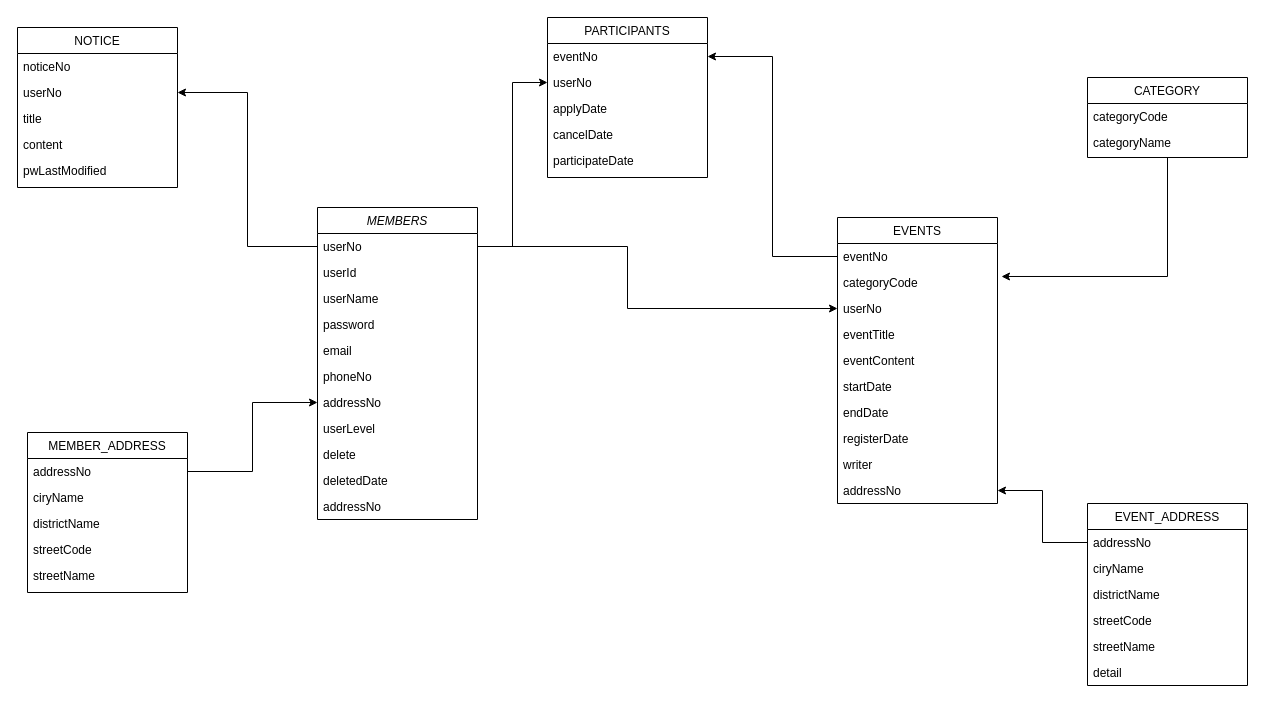
Earlier version of the draw.io diagram images/posts/Untitled Diagram.drawio (Yo0oN/Yo0oN.github.io). Source tidied: cells renumbered, new cells numbered last; positions are measured from the earlier drawing's top-left corner, leaving out a move shared by most shapes. Both pictures are drawn from the tidied source at 100%, with x=0, y=0 at pixel (17, 17).
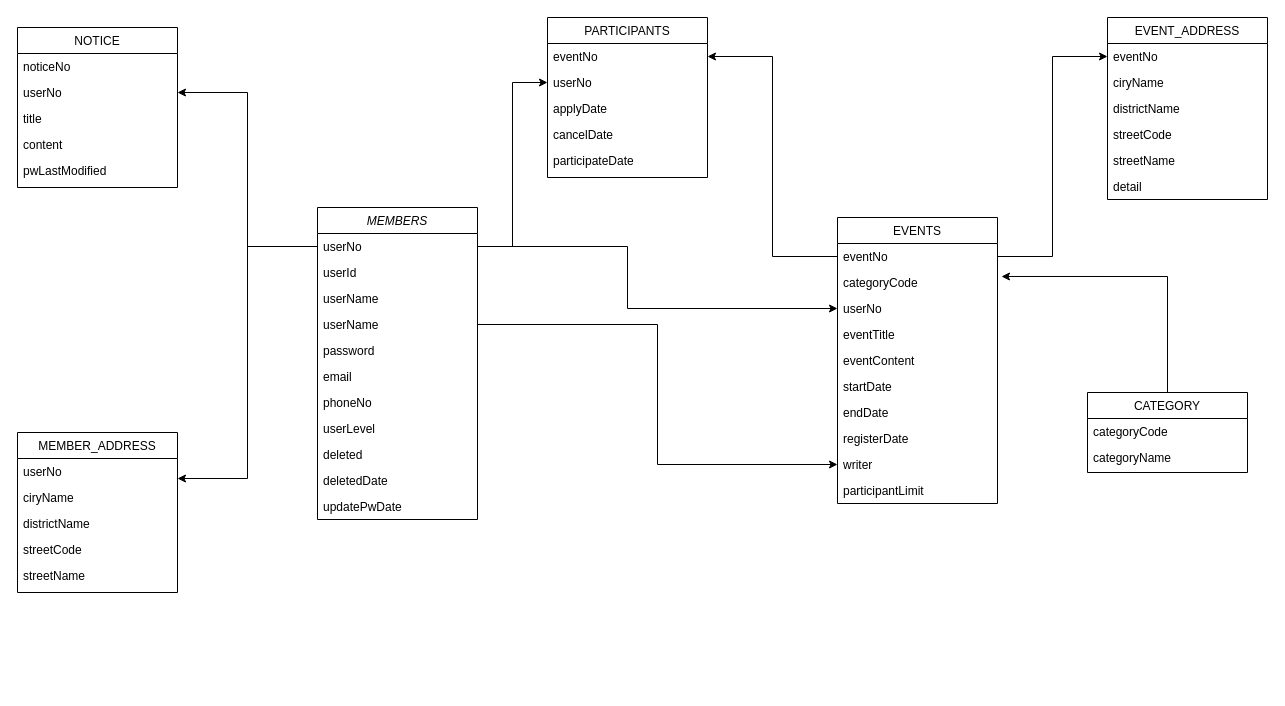
After the change.

The change refers to these unchanged cells:
```xml
<mxCell id="2" value="MEMBERS" style="swimlane;fontStyle=2;align=center;verticalAlign=top;horizontal=1;startSize=26;shadow=0;strokeWidth=1;" parent="1" vertex="1">
  <mxGeometry x="300" y="190" width="160" height="312" as="geometry" />
</mxCell>
<mxCell id="3" value="userNo" style="text;align=left;verticalAlign=top;spacingLeft=4;spacingRight=4;overflow=hidden;points=[[0,0.5],[1,0.5]];portConstraint=eastwest;whiteSpace=wrap;comic=0;" parent="2" vertex="1">
  <mxGeometry y="26" width="160" height="26" as="geometry" />
</mxCell>
<mxCell id="14" value="EVENTS" style="swimlane;fontStyle=0;align=center;verticalAlign=top;horizontal=1;startSize=26;shadow=0;strokeWidth=1;" parent="1" vertex="1">
  <mxGeometry x="820" y="200" width="160" height="286" as="geometry" />
</mxCell>
<mxCell id="15" value="eventNo" style="text;align=left;verticalAlign=top;spacingLeft=4;spacingRight=4;overflow=hidden;points=[[0,0.5],[1,0.5]];portConstraint=eastwest;" parent="14" vertex="1">
  <mxGeometry y="26" width="160" height="26" as="geometry" />
</mxCell>
<mxCell id="23" value="writer" style="text;align=left;verticalAlign=top;spacingLeft=4;spacingRight=4;overflow=hidden;points=[[0,0.5],[1,0.5]];portConstraint=eastwest;" parent="14" vertex="1">
  <mxGeometry y="234" width="160" height="26" as="geometry" />
</mxCell>
```

What changed in the source:
```diff
@@
+    <mxCell id="60" value="userName" style="text;align=left;verticalAlign=top;spacingLeft=4;spacingRight=4;overflow=hidden;points=[[0,0.5],[1,0.5]];portConstraint=eastwest;shadow=0;html=0;" parent="2" vertex="1">
+      <mxGeometry y="104" width="160" height="26" as="geometry" />
+    </mxCell>
     <mxCell id="6" value="password" style="text;align=left;verticalAlign=top;spacingLeft=4;spacingRight=4;overflow=hidden;shadow=0;html=0;" parent="2" vertex="1">
-      <mxGeometry y="104" width="160" height="26" as="geometry" />
+      <mxGeometry y="130" width="160" height="26" as="geometry" />
     </mxCell>
     <mxCell id="7" value="email" style="text;align=left;verticalAlign=top;spacingLeft=4;spacingRight=4;overflow=hidden;shadow=0;html=0;" parent="2" vertex="1">
-      <mxGeometry y="130" width="160" height="26" as="geometry" />
+      <mxGeometry y="156" width="160" height="26" as="geometry" />
     </mxCell>
     <mxCell id="8" value="phoneNo" style="text;align=left;verticalAlign=top;spacingLeft=4;spacingRight=4;overflow=hidden;shadow=0;html=0;" parent="2" vertex="1">
-      <mxGeometry y="156" width="160" height="26" as="geometry" />
+      <mxGeometry y="182" width="160" height="26" as="geometry" />
     </mxCell>
-    <mxCell id="9" value="addressNo" style="text;align=left;verticalAlign=top;spacingLeft=4;spacingRight=4;overflow=hidden;points=[[0,0.5],[1,0.5]];portConstraint=eastwest;shadow=0;html=0;" parent="2" vertex="1">
-      <mxGeometry y="182" width="160" height="26" as="geometry" />
-    </mxCell>
@@
-    <mxCell id="11" value="delete" style="text;align=left;verticalAlign=top;spacingLeft=4;spacingRight=4;overflow=hidden;shadow=0;html=0;" parent="2" vertex="1">
+    <mxCell id="11" value="deleted" style="text;align=left;verticalAlign=top;spacingLeft=4;spacingRight=4;overflow=hidden;shadow=0;html=0;" parent="2" vertex="1">
       <mxGeometry y="234" width="160" height="26" as="geometry" />
     </mxCell>
@@
-    <mxCell id="13" value="addressNo" style="text;align=left;verticalAlign=top;spacingLeft=4;spacingRight=4;overflow=hidden;" parent="2" vertex="1">
+    <mxCell id="13" value="updatePwDate" style="text;align=left;verticalAlign=top;spacingLeft=4;spacingRight=4;overflow=hidden;" parent="2" vertex="1">
       <mxGeometry y="286" width="160" height="26" as="geometry" />
     </mxCell>
@@
-    <mxCell id="24" value="addressNo" style="text;align=left;verticalAlign=top;spacingLeft=4;spacingRight=4;overflow=hidden;points=[[0,0.5],[1,0.5]];portConstraint=eastwest;" parent="14" vertex="1">
-      <mxGeometry y="260" width="160" height="26" as="geometry" />
-    </mxCell>
+    <mxCell id="61" value="participantLimit" style="text;align=left;verticalAlign=top;spacingLeft=4;spacingRight=4;overflow=hidden;" parent="14" vertex="1">
+      <mxGeometry y="260" width="160" height="26" as="geometry" />
+    </mxCell>
@@
     <mxCell id="37" value="MEMBER_ADDRESS" style="swimlane;fontStyle=0;align=center;verticalAlign=top;horizontal=1;startSize=26;shadow=0;strokeWidth=1;" parent="1" vertex="1">
-      <mxGeometry x="10" y="415" width="160" height="160" as="geometry" />
+      <mxGeometry y="415" width="160" height="160" as="geometry" />
     </mxCell>
-    <mxCell id="38" value="addressNo" style="text;align=left;verticalAlign=top;spacingLeft=4;spacingRight=4;overflow=hidden;points=[[0,0.5],[1,0.5]];portConstraint=eastwest;" parent="37" vertex="1">
+    <mxCell id="38" value="userNo" style="text;align=left;verticalAlign=top;spacingLeft=4;spacingRight=4;overflow=hidden;points=[[0,0.5],[1,0.5]];portConstraint=eastwest;" parent="37" vertex="1">
       <mxGeometry y="26" width="160" height="26" as="geometry" />
     </mxCell>
@@
     <mxCell id="43" value="EVENT_ADDRESS" style="swimlane;fontStyle=0;align=center;verticalAlign=top;horizontal=1;startSize=26;shadow=0;strokeWidth=1;" parent="1" vertex="1">
-      <mxGeometry x="1070" y="486" width="160" height="182" as="geometry" />
+      <mxGeometry x="1090" width="160" height="182" as="geometry" />
     </mxCell>
-    <mxCell id="44" value="addressNo" style="text;align=left;verticalAlign=top;spacingLeft=4;spacingRight=4;overflow=hidden;points=[[0,0.5],[1,0.5]];portConstraint=eastwest;" parent="43" vertex="1">
+    <mxCell id="44" value="eventNo" style="text;align=left;verticalAlign=top;spacingLeft=4;spacingRight=4;overflow=hidden;points=[[0,0.5],[1,0.5]];portConstraint=eastwest;" parent="43" vertex="1">
       <mxGeometry y="26" width="160" height="26" as="geometry" />
     </mxCell>
@@
     <mxCell id="51" value="CATEGORY" style="swimlane;fontStyle=0;align=center;verticalAlign=top;horizontal=1;startSize=26;shadow=0;strokeWidth=1;" parent="1" vertex="1">
-      <mxGeometry x="1070" y="60" width="160" height="80" as="geometry" />
+      <mxGeometry x="1070" y="375" width="160" height="80" as="geometry" />
     </mxCell>
@@
-    <mxCell id="54" style="edgeStyle=orthogonalEdgeStyle;rounded=0;jettySize=auto;html=1;exitX=1;exitY=0.5;exitDx=0;exitDy=0;entryX=0;entryY=0.5;entryDx=0;entryDy=0;" parent="1" edge="1" source="38" target="9">
-      <mxGeometry relative="1" as="geometry" />
-    </mxCell>
@@
-    <mxCell id="59" style="edgeStyle=orthogonalEdgeStyle;rounded=0;jettySize=auto;html=1;entryX=1;entryY=0.5;entryDx=0;entryDy=0;" parent="1" edge="1" source="44" target="24">
-      <mxGeometry relative="1" as="geometry" />
-    </mxCell>
+    <mxCell id="62" style="edgeStyle=orthogonalEdgeStyle;rounded=0;jettySize=auto;html=1;entryX=1;entryY=0.769;entryDx=0;entryDy=0;entryPerimeter=0;" parent="1" edge="1" source="3" target="38">
+      <mxGeometry relative="1" as="geometry" />
+    </mxCell>
+    <mxCell id="63" style="edgeStyle=orthogonalEdgeStyle;rounded=0;jettySize=auto;html=1;entryX=0;entryY=0.5;entryDx=0;entryDy=0;" parent="1" edge="1" source="60" target="23">
+      <mxGeometry relative="1" as="geometry" />
+    </mxCell>
+    <mxCell id="64" style="edgeStyle=orthogonalEdgeStyle;rounded=0;jettySize=auto;html=1;entryX=0;entryY=0.5;entryDx=0;entryDy=0;" parent="1" edge="1" source="15" target="44">
+      <mxGeometry relative="1" as="geometry" />
+    </mxCell>
```
